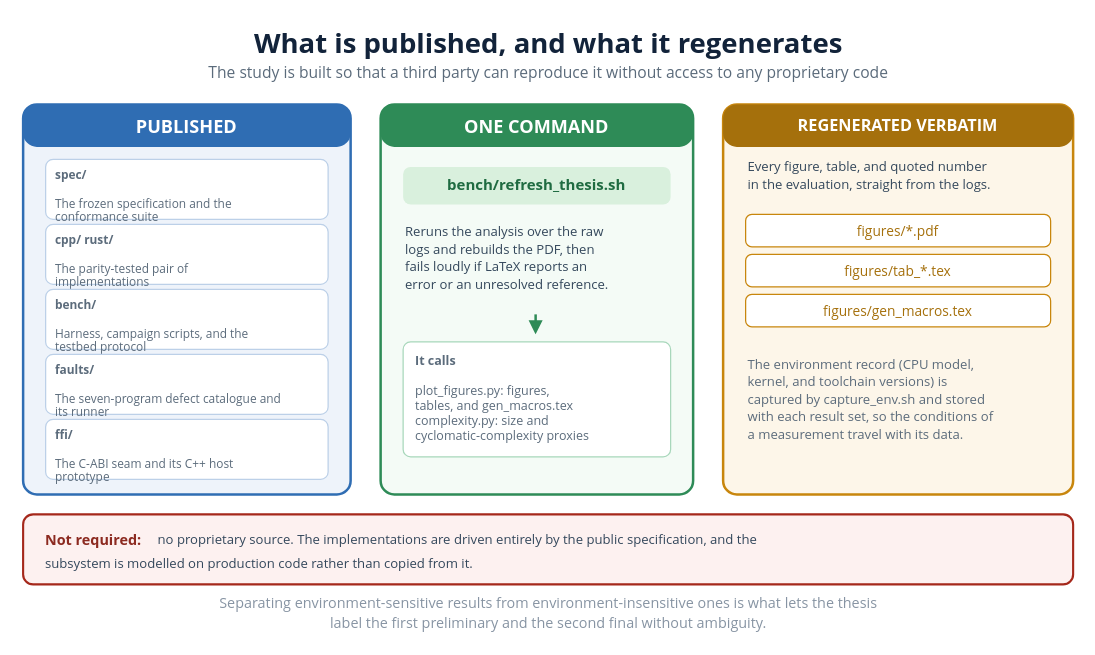
Before: diagrams/24_repro_artifacts.drawio in VienThanh12/Master-Thesis, a draw.io diagram. Source tidied: cells renumbered, new cells numbered last; positions are measured from the earlier drawing's top-left corner, leaving out a move shared by most shapes. Both pictures are drawn from the tidied source at 125%, with x=0, y=0 at pixel (22, 20).
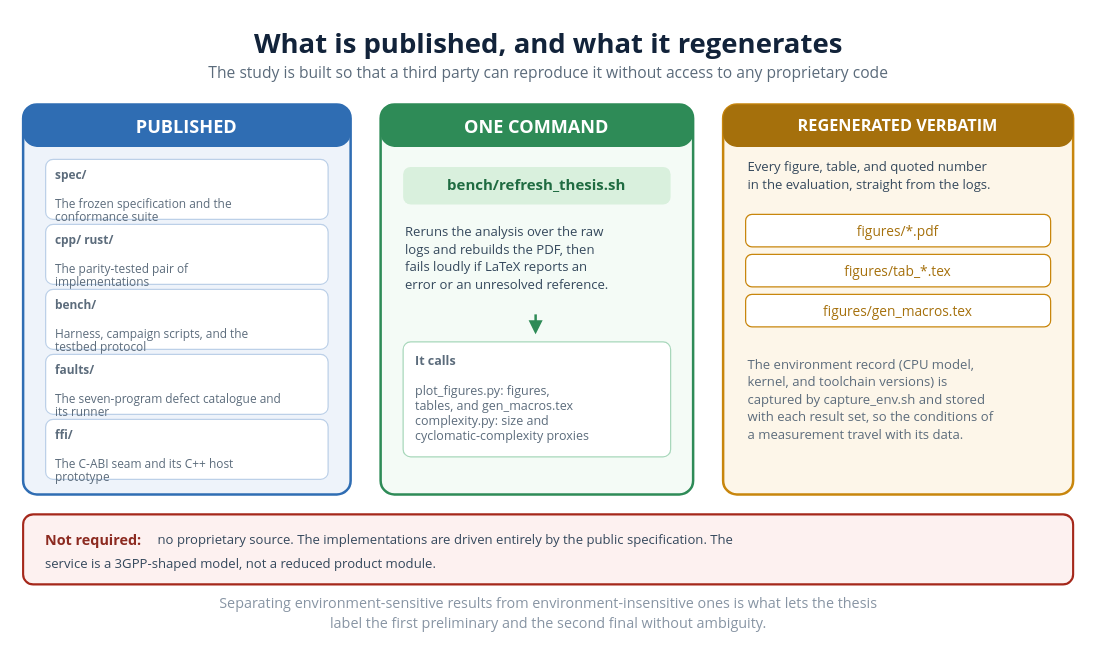
The same diagram, later.

Diff of the diagram source:
```diff
@@
-    <mxCell id="34" value="no proprietary source. The implementations are driven entirely by the public specification, and the" style="text;html=1;strokeColor=none;fillColor=none;whiteSpace=nowrap;align=left;verticalAlign=middle;fontSize=10.5;fontColor=#33475b;fontFamily=Segoe UI;" parent="1" vertex="1">
-      <mxGeometry x="106" y="407" width="566.5" height="15.8" as="geometry" />
+    <mxCell id="34" value="no proprietary source. The implementations are driven entirely by the public specification. The" style="text;html=1;strokeColor=none;fillColor=none;whiteSpace=nowrap;align=left;verticalAlign=middle;fontSize=10.5;fontColor=#33475b;fontFamily=Segoe UI;" parent="1" vertex="1">
+      <mxGeometry x="106" y="407" width="543.6" height="15.8" as="geometry" />
     </mxCell>
-    <mxCell id="35" value="subsystem is modelled on production code rather than copied from it." style="text;html=1;strokeColor=none;fillColor=none;whiteSpace=nowrap;align=left;verticalAlign=middle;fontSize=10.5;fontColor=#33475b;fontFamily=Segoe UI;" parent="1" vertex="1">
-      <mxGeometry x="16" y="426" width="389.1" height="15.8" as="geometry" />
+    <mxCell id="35" value="service is a 3GPP-shaped model, not a reduced product module." style="text;html=1;strokeColor=none;fillColor=none;whiteSpace=nowrap;align=left;verticalAlign=middle;fontSize=10.5;fontColor=#33475b;fontFamily=Segoe UI;" parent="1" vertex="1">
+      <mxGeometry x="16" y="426" width="349.1" height="15.8" as="geometry" />
     </mxCell>
```
